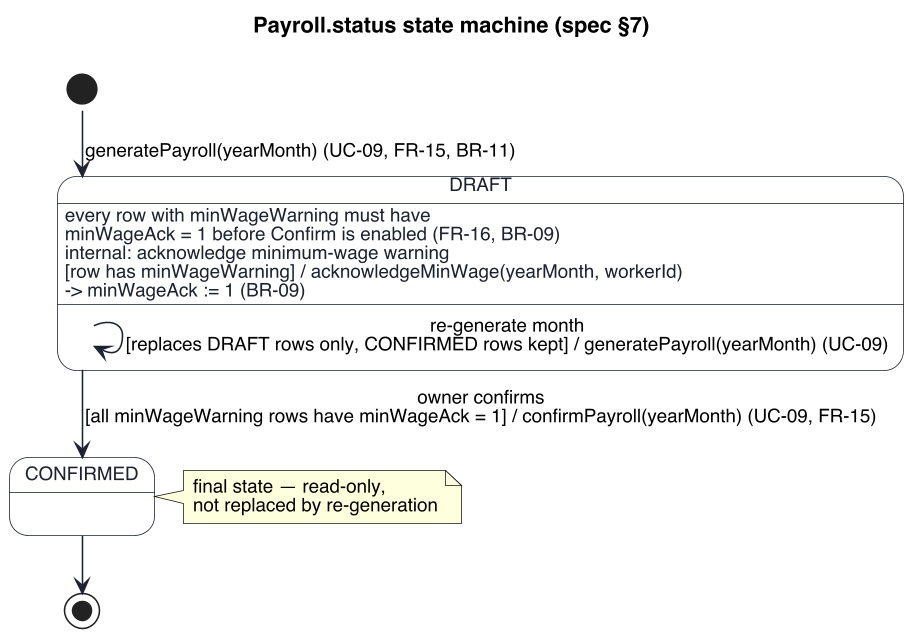
Before: uml/state-payroll.png, a diagram exported from PlantUML (keemlogan/shiftswap). Source of this version:
```plantuml
@startuml state-payroll
skinparamlocked dpi 150
!pragma layout smetana
skinparam defaultFontName "Helvetica"
skinparam defaultFontSize 12
skinparam shadowing false
skinparam backgroundColor #FFFFFF
skinparam state {
  BackgroundColor #FFFFFF
  BorderColor #1C2230
  FontColor #1C2230
  ArrowColor #1C2230
}

title Payroll.status state machine (spec §7)

[*] --> DRAFT : generatePayroll(yearMonth) (UC-09, FR-15, BR-11)

state DRAFT {
  DRAFT : every row with minWageWarning must have\nminWageAck = 1 before Confirm is enabled (FR-16, BR-09)
  DRAFT : internal: acknowledge minimum-wage warning\n[row has minWageWarning] / acknowledgeMinWage(yearMonth, workerId)\n-> minWageAck := 1 (BR-09)
  DRAFT --> DRAFT : re-generate month\n[replaces DRAFT rows only, CONFIRMED rows kept] / generatePayroll(yearMonth) (UC-09)
}

DRAFT --> CONFIRMED : owner confirms\n[all minWageWarning rows have minWageAck = 1] / confirmPayroll(yearMonth) (UC-09, FR-15)

CONFIRMED --> [*]

note right of CONFIRMED : final state — read-only,\nnot replaced by re-generation
@enduml
```
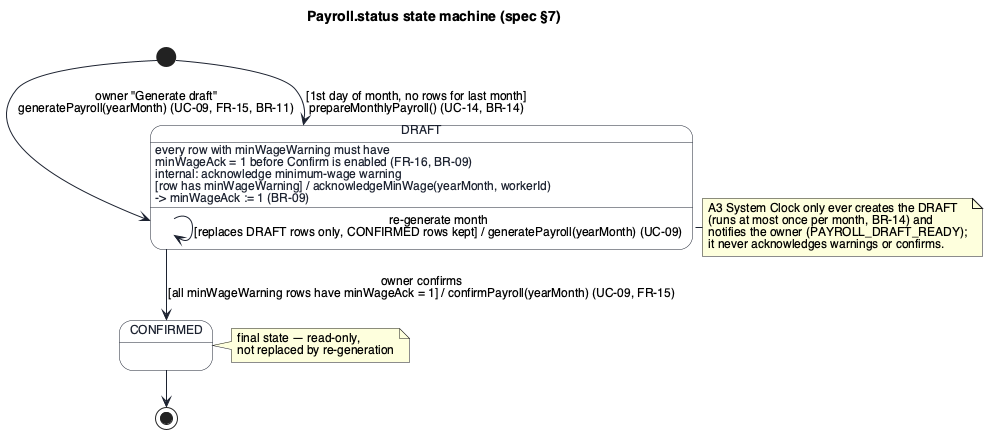
After the change.

Change to the diagram source:
```diff
@@ -1,5 +1,4 @@
 @startuml state-payroll
-skinparamlocked dpi 150
 !pragma layout smetana
 skinparam defaultFontName "Helvetica"
 skinparam defaultFontSize 12
@@ -14,7 +13,8 @@
 
 title Payroll.status state machine (spec §7)
 
-[*] --> DRAFT : generatePayroll(yearMonth) (UC-09, FR-15, BR-11)
+[*] --> DRAFT : owner "Generate draft"\ngeneratePayroll(yearMonth) (UC-09, FR-15, BR-11)
+[*] --> DRAFT : [1st day of month, no rows for last month]\nprepareMonthlyPayroll() (UC-14, BR-14)
 
 state DRAFT {
   DRAFT : every row with minWageWarning must have\nminWageAck = 1 before Confirm is enabled (FR-16, BR-09)
@@ -27,4 +27,5 @@
 CONFIRMED --> [*]
 
 note right of CONFIRMED : final state — read-only,\nnot replaced by re-generation
+note left of DRAFT : A3 System Clock only ever creates the DRAFT\n(runs at most once per month, BR-14) and\nnotifies the owner (PAYROLL_DRAFT_READY);\nit never acknowledges warnings or confirms.
 @enduml
```
